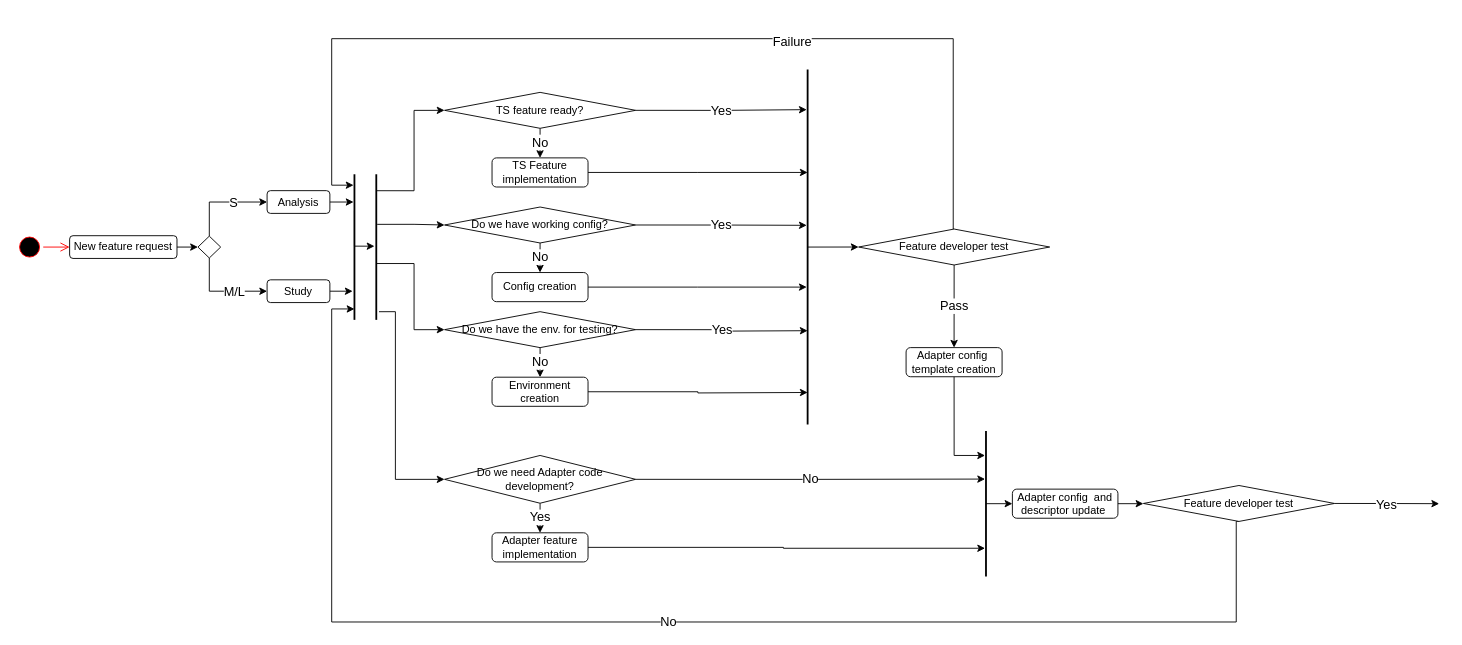
Earlier version of the draw.io diagram aat_feat_dev.drawio (tamask1s/testrepo). Source tidied: cells renumbered, new cells numbered last; positions are measured from the earlier drawing's top-left corner, leaving out a move shared by most shapes. Both pictures are drawn from the tidied source at 91%, with x=0, y=0 at pixel (15, 38).
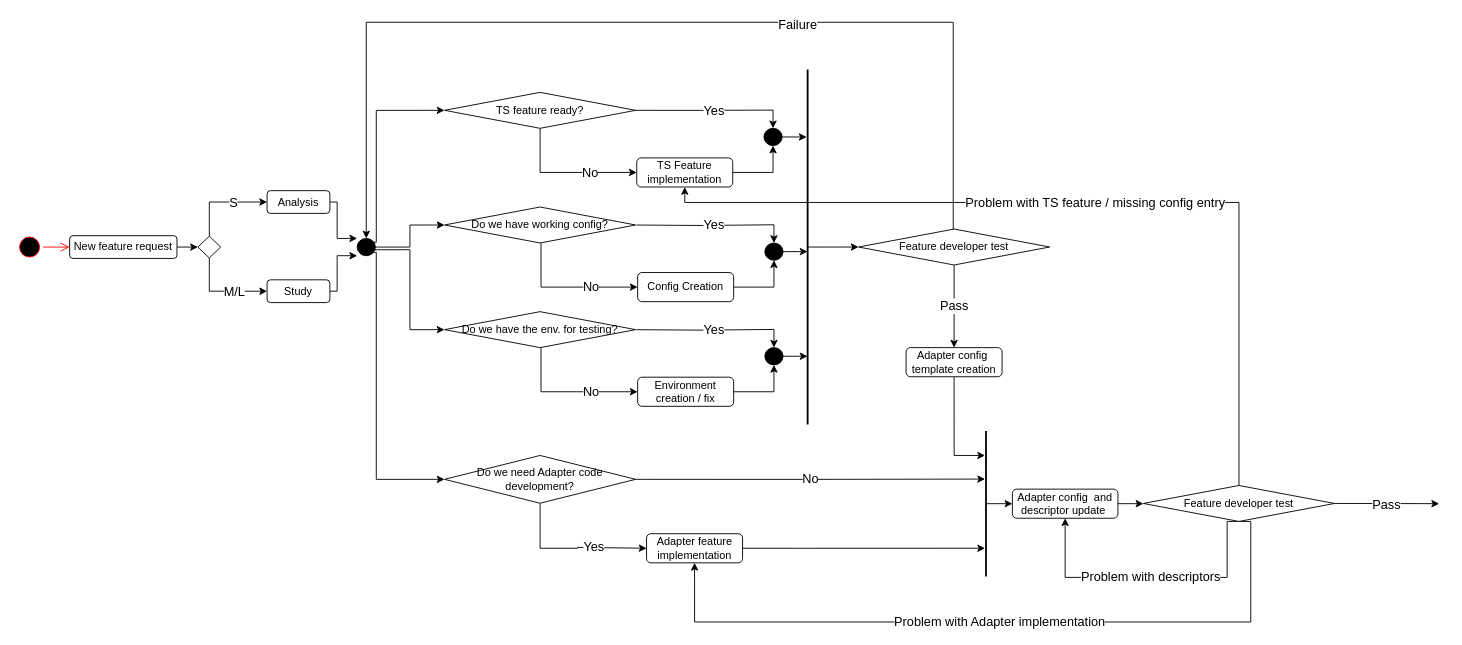
After the change.

The change refers to these unchanged cells:
```xml
<mxCell id="7" value="Analysis" style="rounded=1;whiteSpace=wrap;html=1;" parent="1" vertex="1">
  <mxGeometry x="276" y="167" width="69" height="25" as="geometry" />
</mxCell>
<mxCell id="9" value="Study" style="rounded=1;whiteSpace=wrap;html=1;" parent="1" vertex="1">
  <mxGeometry x="276" y="265" width="69" height="25" as="geometry" />
</mxCell>
<mxCell id="20" value="TS feature ready?" style="rhombus;whiteSpace=wrap;html=1;" parent="1" vertex="1">
  <mxGeometry x="471" y="59" width="210" height="39.5" as="geometry" />
</mxCell>
<mxCell id="24" style="line;strokeWidth=2;direction=south;html=1;fontSize=14;" parent="1" vertex="1">
  <mxGeometry x="865" y="34" width="10" height="390" as="geometry" />
</mxCell>
<mxCell id="29" value="Do we have working config?" style="rhombus;whiteSpace=wrap;html=1;" parent="1" vertex="1">
  <mxGeometry x="471" y="185" width="210" height="39.5" as="geometry" />
</mxCell>
<mxCell id="35" value="Do we have the env. for testing?" style="rhombus;whiteSpace=wrap;html=1;" parent="1" vertex="1">
  <mxGeometry x="471" y="300" width="210" height="39.5" as="geometry" />
</mxCell>
<mxCell id="41" value="Feature developer test" style="rhombus;whiteSpace=wrap;html=1;" parent="1" vertex="1">
  <mxGeometry x="926" y="209.2" width="210" height="39.5" as="geometry" />
</mxCell>
<mxCell id="47" value="Do we need Adapter code development?" style="rhombus;whiteSpace=wrap;html=1;" parent="1" vertex="1">
  <mxGeometry x="471" y="458" width="210" height="52.5" as="geometry" />
</mxCell>
<mxCell id="52" value="Adapter config&amp;nbsp; and descriptor update&amp;nbsp;" style="rounded=1;whiteSpace=wrap;html=1;" parent="1" vertex="1">
  <mxGeometry x="1095" y="495" width="116" height="32" as="geometry" />
</mxCell>
<mxCell id="56" value="Feature developer test" style="rhombus;whiteSpace=wrap;html=1;" parent="1" vertex="1">
  <mxGeometry x="1239" y="491" width="210" height="39.5" as="geometry" />
</mxCell>
```

Change to the diagram source:
```diff
@@
-    <mxCell id="6" style="edgeStyle=orthogonalEdgeStyle;rounded=0;jettySize=auto;html=1;exitX=1;exitY=0.5;exitDx=0;exitDy=0;entryX=0.194;entryY=0.6;entryDx=0;entryDy=0;entryPerimeter=0;fontSize=14;" parent="1" edge="1" source="7" target="16">
-      <mxGeometry relative="1" as="geometry" />
-    </mxCell>
+    <mxCell id="57" style="edgeStyle=orthogonalEdgeStyle;rounded=0;jettySize=auto;html=1;exitX=1;exitY=0.5;exitDx=0;exitDy=0;entryX=0;entryY=0;entryDx=0;entryDy=0;fontSize=14;" parent="1" edge="1" source="7" target="61">
+      <mxGeometry relative="1" as="geometry">
+        <Array as="points">
+          <mxPoint x="353" y="180" />
+          <mxPoint x="353" y="220" />
+        </Array>
+      </mxGeometry>
+    </mxCell>
@@
-    <mxCell id="8" style="edgeStyle=orthogonalEdgeStyle;rounded=0;jettySize=auto;html=1;exitX=1;exitY=0.5;exitDx=0;exitDy=0;entryX=0.8;entryY=0.7;entryDx=0;entryDy=0;entryPerimeter=0;fontSize=14;" parent="1" edge="1" source="9" target="16">
-      <mxGeometry relative="1" as="geometry" />
-    </mxCell>
+    <mxCell id="58" style="edgeStyle=orthogonalEdgeStyle;rounded=0;jettySize=auto;html=1;exitX=1;exitY=0.5;exitDx=0;exitDy=0;entryX=0;entryY=1;entryDx=0;entryDy=0;fontSize=14;" parent="1" edge="1" source="9" target="61">
+      <mxGeometry relative="1" as="geometry">
+        <Array as="points">
+          <mxPoint x="353" y="278" />
+          <mxPoint x="353" y="239" />
+        </Array>
+      </mxGeometry>
+    </mxCell>
@@
-    <mxCell id="15" style="edgeStyle=orthogonalEdgeStyle;rounded=0;jettySize=auto;html=1;exitX=0.25;exitY=0.5;exitDx=0;exitDy=0;exitPerimeter=0;entryX=0.494;entryY=0.625;entryDx=0;entryDy=0;entryPerimeter=0;" parent="1" edge="1" source="16" target="22">
-      <mxGeometry relative="1" as="geometry">
-        <Array as="points">
-          <mxPoint x="372" y="228" />
-        </Array>
-      </mxGeometry>
-    </mxCell>
-    <mxCell id="16" style="line;strokeWidth=2;direction=south;html=1;fontSize=14;" parent="1" vertex="1">
-      <mxGeometry x="367" y="149" width="10" height="160" as="geometry" />
-    </mxCell>
-    <mxCell id="17" style="edgeStyle=orthogonalEdgeStyle;rounded=0;jettySize=auto;html=1;entryX=0;entryY=0.5;entryDx=0;entryDy=0;exitX=0.113;exitY=0.5;exitDx=0;exitDy=0;exitPerimeter=0;" parent="1" edge="1" source="22" target="20">
-      <mxGeometry relative="1" as="geometry" />
+    <mxCell id="17" style="edgeStyle=orthogonalEdgeStyle;rounded=0;jettySize=auto;html=1;entryX=0;entryY=0.5;entryDx=0;entryDy=0;exitX=0.892;exitY=0.223;exitDx=0;exitDy=0;exitPerimeter=0;" parent="1" edge="1" source="61" target="20">
+      <mxGeometry relative="1" as="geometry">
+        <Array as="points">
+          <mxPoint x="396" y="224" />
+          <mxPoint x="396" y="79" />
+        </Array>
+      </mxGeometry>
     </mxCell>
-    <mxCell id="18" value="Yes" style="edgeStyle=orthogonalEdgeStyle;rounded=0;jettySize=auto;html=1;exitX=1;exitY=0.5;exitDx=0;exitDy=0;entryX=0.182;entryY=0.6;entryDx=0;entryDy=0;entryPerimeter=0;fontSize=14;" parent="1" edge="1" source="20">
-      <mxGeometry relative="1" as="geometry">
-        <mxPoint x="869" y="78" as="targetPoint" />
-      </mxGeometry>
+    <mxCell id="18" value="Yes" style="edgeStyle=orthogonalEdgeStyle;rounded=0;jettySize=auto;html=1;exitX=1;exitY=0.5;exitDx=0;exitDy=0;entryX=0.5;entryY=0;entryDx=0;entryDy=0;fontSize=14;" parent="1" edge="1" source="20" target="63">
+      <mxGeometry relative="1" as="geometry" />
     </mxCell>
-    <mxCell id="19" value="No" style="edgeStyle=orthogonalEdgeStyle;rounded=0;jettySize=auto;html=1;exitX=0.5;exitY=1;exitDx=0;exitDy=0;entryX=0.5;entryY=0;entryDx=0;entryDy=0;fontSize=14;" parent="1" edge="1" source="20" target="26">
-      <mxGeometry relative="1" as="geometry" />
+    <mxCell id="19" value="No" style="edgeStyle=orthogonalEdgeStyle;rounded=0;jettySize=auto;html=1;exitX=0.5;exitY=1;exitDx=0;exitDy=0;fontSize=14;entryX=0;entryY=0.5;entryDx=0;entryDy=0;" parent="1" edge="1" source="20" target="26">
+      <mxGeometry x="0.33" relative="1" as="geometry">
+        <Array as="points">
+          <mxPoint x="576" y="147" />
+        </Array>
+      </mxGeometry>
     </mxCell>
@@
-    <mxCell id="21" style="edgeStyle=orthogonalEdgeStyle;rounded=0;jettySize=auto;html=1;exitX=0.344;exitY=0.438;exitDx=0;exitDy=0;exitPerimeter=0;entryX=0;entryY=0.5;entryDx=0;entryDy=0;fontSize=14;" parent="1" edge="1" source="22" target="29">
+    <mxCell id="21" style="edgeStyle=orthogonalEdgeStyle;rounded=0;jettySize=auto;html=1;exitX=1;exitY=0.5;exitDx=0;exitDy=0;entryX=0;entryY=0.5;entryDx=0;entryDy=0;fontSize=14;" parent="1" edge="1" source="61" target="29">
       <mxGeometry relative="1" as="geometry" />
     </mxCell>
-    <mxCell id="22" style="line;strokeWidth=2;direction=south;html=1;fontSize=14;" parent="1" vertex="1">
-      <mxGeometry x="388" y="149" width="16" height="160" as="geometry" />
-    </mxCell>
@@
-    <mxCell id="25" style="edgeStyle=orthogonalEdgeStyle;rounded=0;jettySize=auto;html=1;exitX=1;exitY=0.5;exitDx=0;exitDy=0;entryX=0.359;entryY=0.5;entryDx=0;entryDy=0;entryPerimeter=0;fontSize=14;" parent="1" edge="1" source="26">
-      <mxGeometry relative="1" as="geometry">
-        <mxPoint x="870" y="147" as="targetPoint" />
-      </mxGeometry>
+    <mxCell id="25" style="edgeStyle=orthogonalEdgeStyle;rounded=0;jettySize=auto;html=1;exitX=1;exitY=0.5;exitDx=0;exitDy=0;entryX=0.5;entryY=1;entryDx=0;entryDy=0;fontSize=14;" parent="1" edge="1" source="26" target="63">
+      <mxGeometry relative="1" as="geometry" />
     </mxCell>
     <mxCell id="26" value="TS Feature implementation" style="rounded=1;whiteSpace=wrap;html=1;" parent="1" vertex="1">
-      <mxGeometry x="523.2" y="131" width="105.5" height="32" as="geometry" />
+      <mxGeometry x="682.2" y="131" width="105.5" height="32" as="geometry" />
     </mxCell>
-    <mxCell id="27" value="Yes" style="edgeStyle=orthogonalEdgeStyle;rounded=0;jettySize=auto;html=1;exitX=1;exitY=0.5;exitDx=0;exitDy=0;entryX=0.508;entryY=0.6;entryDx=0;entryDy=0;entryPerimeter=0;fontSize=14;" parent="1" edge="1" source="29">
-      <mxGeometry relative="1" as="geometry">
-        <mxPoint x="869" y="205.1" as="targetPoint" />
-      </mxGeometry>
-    </mxCell>
-    <mxCell id="28" value="No" style="edgeStyle=orthogonalEdgeStyle;rounded=0;jettySize=auto;html=1;exitX=0.5;exitY=1;exitDx=0;exitDy=0;entryX=0.5;entryY=0;entryDx=0;entryDy=0;fontSize=14;" parent="1" edge="1" source="29" target="31">
-      <mxGeometry relative="1" as="geometry" />
-    </mxCell>
@@
-    <mxCell id="30" style="edgeStyle=orthogonalEdgeStyle;rounded=0;jettySize=auto;html=1;exitX=1;exitY=0.5;exitDx=0;exitDy=0;entryX=0.682;entryY=0.6;entryDx=0;entryDy=0;entryPerimeter=0;fontSize=14;" parent="1" edge="1" source="31">
-      <mxGeometry relative="1" as="geometry">
-        <mxPoint x="869" y="273" as="targetPoint" />
-      </mxGeometry>
-    </mxCell>
-    <mxCell id="31" value="Config creation" style="rounded=1;whiteSpace=wrap;html=1;" parent="1" vertex="1">
-      <mxGeometry x="523.2" y="257" width="105.5" height="32" as="geometry" />
-    </mxCell>
-    <mxCell id="32" style="edgeStyle=orthogonalEdgeStyle;rounded=0;jettySize=auto;html=1;exitX=0.613;exitY=0.5;exitDx=0;exitDy=0;exitPerimeter=0;entryX=0;entryY=0.5;entryDx=0;entryDy=0;fontSize=14;" parent="1" edge="1" source="22" target="35">
+    <mxCell id="32" style="edgeStyle=orthogonalEdgeStyle;rounded=0;jettySize=auto;html=1;entryX=0;entryY=0.5;entryDx=0;entryDy=0;fontSize=14;exitX=0.927;exitY=0.655;exitDx=0;exitDy=0;exitPerimeter=0;" parent="1" edge="1" source="61" target="35">
       <mxGeometry relative="1" as="geometry" />
     </mxCell>
-    <mxCell id="33" value="Yes" style="edgeStyle=orthogonalEdgeStyle;rounded=0;jettySize=auto;html=1;exitX=1;exitY=0.5;exitDx=0;exitDy=0;entryX=0.805;entryY=0.5;entryDx=0;entryDy=0;entryPerimeter=0;fontSize=14;" parent="1" edge="1" source="35">
-      <mxGeometry relative="1" as="geometry">
-        <mxPoint x="870" y="320.9" as="targetPoint" />
-      </mxGeometry>
-    </mxCell>
-    <mxCell id="34" value="No" style="edgeStyle=orthogonalEdgeStyle;rounded=0;jettySize=auto;html=1;exitX=0.5;exitY=1;exitDx=0;exitDy=0;entryX=0.5;entryY=0;entryDx=0;entryDy=0;fontSize=14;" parent="1" edge="1" source="35" target="37">
-      <mxGeometry relative="1" as="geometry" />
-    </mxCell>
@@
-    <mxCell id="36" style="edgeStyle=orthogonalEdgeStyle;rounded=0;jettySize=auto;html=1;exitX=1;exitY=0.5;exitDx=0;exitDy=0;entryX=0.979;entryY=0.5;entryDx=0;entryDy=0;entryPerimeter=0;fontSize=14;" parent="1" edge="1" source="37">
-      <mxGeometry relative="1" as="geometry">
-        <mxPoint x="870" y="388.8" as="targetPoint" />
-      </mxGeometry>
-    </mxCell>
-    <mxCell id="37" value="Environment creation" style="rounded=1;whiteSpace=wrap;html=1;" parent="1" vertex="1">
-      <mxGeometry x="523.2" y="372" width="105.5" height="32" as="geometry" />
-    </mxCell>
-    <mxCell id="38" style="edgeStyle=orthogonalEdgeStyle;rounded=0;jettySize=auto;html=1;exitX=0.5;exitY=0;exitDx=0;exitDy=0;entryX=0.075;entryY=0.6;entryDx=0;entryDy=0;entryPerimeter=0;fontSize=14;" parent="1" edge="1" source="41" target="16">
+    <mxCell id="38" style="edgeStyle=orthogonalEdgeStyle;rounded=0;jettySize=auto;html=1;exitX=0.5;exitY=0;exitDx=0;exitDy=0;entryX=0.5;entryY=0;entryDx=0;entryDy=0;fontSize=14;" parent="1" edge="1" source="41" target="61">
       <mxGeometry relative="1" as="geometry">
         <Array as="points">
           <mxPoint x="1030" y="209" />
-          <mxPoint x="1030" />
-          <mxPoint x="347" />
-          <mxPoint x="347" y="161" />
+          <mxPoint x="1030" y="-18" />
+          <mxPoint x="385" y="-18" />
         </Array>
       </mxGeometry>
     </mxCell>
@@
-    <mxCell id="44" style="edgeStyle=orthogonalEdgeStyle;rounded=0;jettySize=auto;html=1;exitX=0.944;exitY=0.313;exitDx=0;exitDy=0;exitPerimeter=0;entryX=0;entryY=0.5;entryDx=0;entryDy=0;fontSize=14;" parent="1" edge="1" source="22" target="47">
+    <mxCell id="44" style="edgeStyle=orthogonalEdgeStyle;rounded=0;jettySize=auto;html=1;exitX=0.856;exitY=0.805;exitDx=0;exitDy=0;entryX=0;entryY=0.5;entryDx=0;entryDy=0;fontSize=14;exitPerimeter=0;" parent="1" edge="1" source="61" target="47">
       <mxGeometry relative="1" as="geometry">
         <Array as="points">
-          <mxPoint x="417" y="300" />
-          <mxPoint x="417" y="484" />
+          <mxPoint x="396" y="235" />
+          <mxPoint x="396" y="484" />
         </Array>
       </mxGeometry>
     </mxCell>
@@
-    <mxCell id="46" value="Yes" style="edgeStyle=orthogonalEdgeStyle;rounded=0;jettySize=auto;html=1;exitX=0.5;exitY=1;exitDx=0;exitDy=0;entryX=0.5;entryY=0;entryDx=0;entryDy=0;fontSize=14;" parent="1" edge="1" source="47" target="49">
-      <mxGeometry relative="1" as="geometry" />
+    <mxCell id="46" value="Yes" style="edgeStyle=orthogonalEdgeStyle;rounded=0;jettySize=auto;html=1;exitX=0.5;exitY=1;exitDx=0;exitDy=0;entryX=0;entryY=0.5;entryDx=0;entryDy=0;fontSize=14;" parent="1" edge="1" source="47" target="49">
+      <mxGeometry x="0.3" y="1" relative="1" as="geometry">
+        <Array as="points">
+          <mxPoint x="576" y="560" />
+          <mxPoint x="617" y="560" />
+          <mxPoint x="655" y="559" />
+        </Array>
+      </mxGeometry>
     </mxCell>
@@
     <mxCell id="49" value="Adapter feature implementation" style="rounded=1;whiteSpace=wrap;html=1;" parent="1" vertex="1">
-      <mxGeometry x="523.2" y="543" width="105.5" height="32" as="geometry" />
+      <mxGeometry x="693" y="544" width="105.5" height="32" as="geometry" />
     </mxCell>
@@
-    <mxCell id="54" value="Yes" style="edgeStyle=orthogonalEdgeStyle;rounded=0;jettySize=auto;html=1;exitX=1;exitY=0.5;exitDx=0;exitDy=0;fontSize=14;" parent="1" edge="1" source="56">
+    <mxCell id="54" value="Pass" style="edgeStyle=orthogonalEdgeStyle;rounded=0;jettySize=auto;html=1;exitX=1;exitY=0.5;exitDx=0;exitDy=0;fontSize=14;" parent="1" edge="1" source="56">
       <mxGeometry relative="1" as="geometry">
         <mxPoint x="1564" y="511" as="targetPoint" />
       </mxGeometry>
     </mxCell>
-    <mxCell id="55" value="No" style="edgeStyle=orthogonalEdgeStyle;rounded=0;jettySize=auto;html=1;exitX=0.5;exitY=1;exitDx=0;exitDy=0;fontSize=14;" parent="1" edge="1" source="56">
+    <mxCell id="55" value="Problem with Adapter implementation" style="edgeStyle=orthogonalEdgeStyle;rounded=0;jettySize=auto;html=1;exitX=0.5;exitY=1;exitDx=0;exitDy=0;fontSize=14;entryX=0.5;entryY=1;entryDx=0;entryDy=0;" parent="1" edge="1" source="56" target="49">
       <mxGeometry relative="1" as="geometry">
-        <mxPoint x="372" y="297" as="targetPoint" />
         <Array as="points">
-          <mxPoint x="1341" y="531" />
-          <mxPoint x="1341" y="641" />
-          <mxPoint x="347" y="641" />
-          <mxPoint x="347" y="297" />
+          <mxPoint x="1357" y="530" />
+          <mxPoint x="1357" y="641" />
+          <mxPoint x="746" y="641" />
         </Array>
       </mxGeometry>
     </mxCell>
+    <mxCell id="59" value="Problem with TS feature / missing config entry" style="edgeStyle=orthogonalEdgeStyle;rounded=0;jettySize=auto;html=1;exitX=0.5;exitY=0;exitDx=0;exitDy=0;fontSize=14;" parent="1" edge="1" source="56">
+      <mxGeometry relative="1" as="geometry">
+        <mxPoint x="735" y="163" as="targetPoint" />
+        <Array as="points">
+          <mxPoint x="1344" y="180" />
+          <mxPoint x="735" y="180" />
+        </Array>
+      </mxGeometry>
+    </mxCell>
+    <mxCell id="60" value="Problem with descriptors" style="edgeStyle=orthogonalEdgeStyle;rounded=0;jettySize=auto;html=1;exitX=0.5;exitY=1;exitDx=0;exitDy=0;entryX=0.5;entryY=1;entryDx=0;entryDy=0;fontSize=14;" parent="1" edge="1" source="56" target="52">
+      <mxGeometry relative="1" as="geometry">
+        <Array as="points">
+          <mxPoint x="1331" y="530" />
+          <mxPoint x="1331" y="592" />
+          <mxPoint x="1153" y="592" />
+        </Array>
+      </mxGeometry>
+    </mxCell>
@@
+    <mxCell id="61" style="shape=ellipse;html=1;fillColor=strokeColor;fontSize=18;fontColor=#ffffff;" parent="1" vertex="1">
+      <mxGeometry x="375" y="219.5" width="20" height="19" as="geometry" />
+    </mxCell>
+    <mxCell id="62" style="edgeStyle=orthogonalEdgeStyle;rounded=0;jettySize=auto;html=1;exitX=1;exitY=0.5;exitDx=0;exitDy=0;fontSize=14;entryX=0.188;entryY=0.608;entryDx=0;entryDy=0;entryPerimeter=0;" parent="1" edge="1" source="63" target="24">
+      <mxGeometry relative="1" as="geometry" />
+    </mxCell>
+    <mxCell id="63" style="shape=ellipse;html=1;fillColor=strokeColor;fontSize=18;fontColor=#ffffff;" parent="1" vertex="1">
+      <mxGeometry x="822" y="98.5" width="20" height="19" as="geometry" />
+    </mxCell>
+    <mxCell id="64" value="Yes" style="edgeStyle=orthogonalEdgeStyle;rounded=0;jettySize=auto;html=1;exitX=1;exitY=0.5;exitDx=0;exitDy=0;entryX=0.5;entryY=0;entryDx=0;entryDy=0;fontSize=14;" parent="1" edge="1" target="69">
+      <mxGeometry relative="1" as="geometry">
+        <mxPoint x="682" y="204.8" as="sourcePoint" />
+      </mxGeometry>
+    </mxCell>
+    <mxCell id="65" value="No" style="edgeStyle=orthogonalEdgeStyle;rounded=0;jettySize=auto;html=1;exitX=0.5;exitY=1;exitDx=0;exitDy=0;fontSize=14;entryX=0;entryY=0.5;entryDx=0;entryDy=0;" parent="1" edge="1" target="67">
+      <mxGeometry x="0.33" relative="1" as="geometry">
+        <mxPoint x="577" y="224.5" as="sourcePoint" />
+        <Array as="points">
+          <mxPoint x="577" y="273" />
+        </Array>
+      </mxGeometry>
+    </mxCell>
+    <mxCell id="66" style="edgeStyle=orthogonalEdgeStyle;rounded=0;jettySize=auto;html=1;exitX=1;exitY=0.5;exitDx=0;exitDy=0;entryX=0.5;entryY=1;entryDx=0;entryDy=0;fontSize=14;" parent="1" edge="1" source="67" target="69">
+      <mxGeometry relative="1" as="geometry" />
+    </mxCell>
+    <mxCell id="67" value="Config Creation" style="rounded=1;whiteSpace=wrap;html=1;" parent="1" vertex="1">
+      <mxGeometry x="683.2" y="257" width="105.5" height="32" as="geometry" />
+    </mxCell>
+    <mxCell id="68" style="edgeStyle=orthogonalEdgeStyle;rounded=0;jettySize=auto;html=1;exitX=1;exitY=0.5;exitDx=0;exitDy=0;fontSize=14;entryX=0.188;entryY=0.608;entryDx=0;entryDy=0;entryPerimeter=0;" parent="1" edge="1" source="69">
+      <mxGeometry relative="1" as="geometry">
+        <mxPoint x="869.9" y="233.3" as="targetPoint" />
+      </mxGeometry>
+    </mxCell>
+    <mxCell id="69" style="shape=ellipse;html=1;fillColor=strokeColor;fontSize=18;fontColor=#ffffff;" parent="1" vertex="1">
+      <mxGeometry x="823" y="224.5" width="20" height="19" as="geometry" />
+    </mxCell>
+    <mxCell id="70" value="Yes" style="edgeStyle=orthogonalEdgeStyle;rounded=0;jettySize=auto;html=1;exitX=1;exitY=0.5;exitDx=0;exitDy=0;entryX=0.5;entryY=0;entryDx=0;entryDy=0;fontSize=14;" parent="1" edge="1" target="75">
+      <mxGeometry relative="1" as="geometry">
+        <mxPoint x="682" y="319.8" as="sourcePoint" />
+      </mxGeometry>
+    </mxCell>
+    <mxCell id="71" value="No" style="edgeStyle=orthogonalEdgeStyle;rounded=0;jettySize=auto;html=1;exitX=0.5;exitY=1;exitDx=0;exitDy=0;fontSize=14;entryX=0;entryY=0.5;entryDx=0;entryDy=0;" parent="1" edge="1" target="73">
+      <mxGeometry x="0.33" relative="1" as="geometry">
+        <mxPoint x="577" y="339.5" as="sourcePoint" />
+        <Array as="points">
+          <mxPoint x="577" y="388" />
+        </Array>
+      </mxGeometry>
+    </mxCell>
+    <mxCell id="72" style="edgeStyle=orthogonalEdgeStyle;rounded=0;jettySize=auto;html=1;exitX=1;exitY=0.5;exitDx=0;exitDy=0;entryX=0.5;entryY=1;entryDx=0;entryDy=0;fontSize=14;" parent="1" edge="1" source="73" target="75">
+      <mxGeometry relative="1" as="geometry" />
+    </mxCell>
+    <mxCell id="73" value="Environment creation / fix" style="rounded=1;whiteSpace=wrap;html=1;" parent="1" vertex="1">
+      <mxGeometry x="683.2" y="372" width="105.5" height="32" as="geometry" />
+    </mxCell>
+    <mxCell id="74" style="edgeStyle=orthogonalEdgeStyle;rounded=0;jettySize=auto;html=1;exitX=1;exitY=0.5;exitDx=0;exitDy=0;fontSize=14;entryX=0.188;entryY=0.608;entryDx=0;entryDy=0;entryPerimeter=0;" parent="1" edge="1" source="75">
+      <mxGeometry relative="1" as="geometry">
+        <mxPoint x="869.9" y="348.3" as="targetPoint" />
+      </mxGeometry>
+    </mxCell>
+    <mxCell id="75" style="shape=ellipse;html=1;fillColor=strokeColor;fontSize=18;fontColor=#ffffff;" parent="1" vertex="1">
+      <mxGeometry x="823" y="339.5" width="20" height="19" as="geometry" />
+    </mxCell>
```
